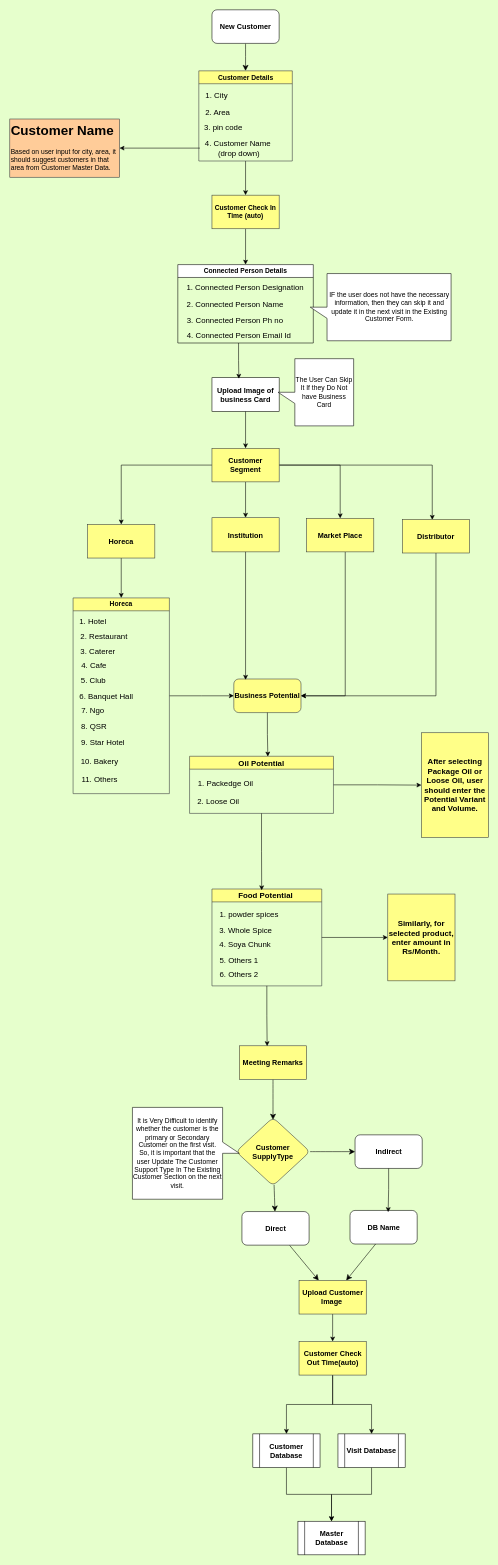
Before: page "New Customer" (2 of 4) of customer visit workflow.drawio in SBOSE550/Customer-Visit-Data-Collection-Form, a draw.io diagram. Source tidied: cells renumbered, new cells numbered last; positions are measured from the earlier drawing's top-left corner, leaving out a move shared by most shapes. Both pictures are drawn from the tidied source at 56%, with x=0, y=0 at pixel (10, 10).
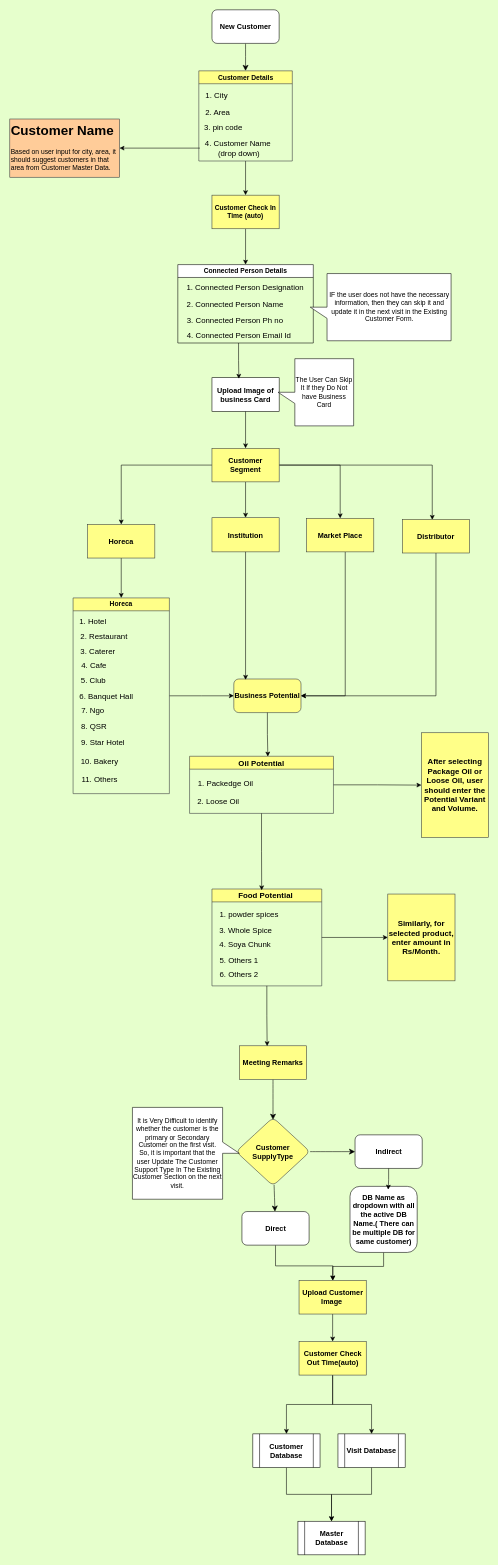
The same diagram, later.

The change refers to these unchanged cells:
```xml
<mxCell id="8" value="Direct" style="whiteSpace=wrap;html=1;rounded=1;fontSize=13;fontStyle=1;" parent="1" vertex="1">
  <mxGeometry x="414.5" y="2146" width="120" height="60" as="geometry" />
</mxCell>
<mxCell id="15" value="Upload Customer Image&amp;nbsp;" style="whiteSpace=wrap;html=1;fontSize=13;fontStyle=1;fillColor=#ffff88;strokeColor=#36393d;" parent="1" vertex="1">
  <mxGeometry x="516.5" y="2269" width="120" height="60" as="geometry" />
</mxCell>
```

Change to the diagram source:
```diff
@@
-    <mxCell id="7" style="edgeStyle=none;curved=1;rounded=0;jettySize=auto;html=1;fontSize=13;startSize=8;endSize=8;fontStyle=1;" parent="1" edge="1" source="8" target="15">
-      <mxGeometry relative="1" as="geometry" />
+    <mxCell id="7" style="edgeStyle=orthogonalEdgeStyle;rounded=0;jettySize=auto;html=1;" parent="1" edge="1" source="8" target="15">
+      <mxGeometry relative="1" as="geometry">
+        <Array as="points">
+          <mxPoint x="475" y="2243" />
+          <mxPoint x="577" y="2243" />
+        </Array>
+      </mxGeometry>
     </mxCell>
@@
-    <mxCell id="10" style="edgeStyle=none;curved=1;rounded=0;jettySize=auto;html=1;fontSize=13;startSize=8;endSize=8;fontStyle=1;exitX=0.394;exitY=0.968;exitDx=0;exitDy=0;exitPerimeter=0;" parent="1" edge="1" source="11" target="15">
+    <mxCell id="10" style="edgeStyle=orthogonalEdgeStyle;rounded=0;jettySize=auto;html=1;entryX=0.5;entryY=0;entryDx=0;entryDy=0;" parent="1" edge="1" source="11" target="15">
       <mxGeometry relative="1" as="geometry" />
     </mxCell>
-    <mxCell id="11" value="DB Name" style="whiteSpace=wrap;html=1;rounded=1;fontSize=13;fontStyle=1;" parent="1" vertex="1">
-      <mxGeometry x="607.5" y="2144" width="120" height="60" as="geometry" />
+    <mxCell id="11" value="DB Name as dropdown with all the active DB Name.( There can be multiple DB for same customer)" style="whiteSpace=wrap;html=1;rounded=1;fontSize=13;fontStyle=1;" parent="1" vertex="1">
+      <mxGeometry x="607.5" y="2101" width="120" height="118" as="geometry" />
     </mxCell>
```
